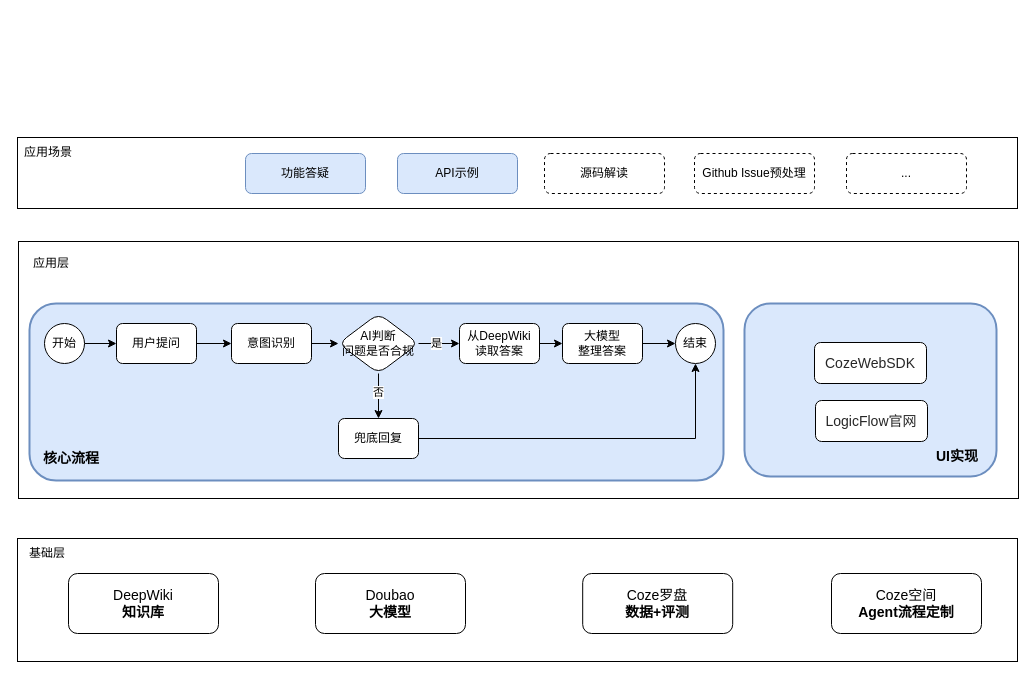
This is LogicFlow-AI流程图.drawio from Zsynuting/diagram, a draw.io file, before an edit. Source tidied: cells renumbered, new cells numbered last; positions are measured from the earlier drawing's top-left corner, leaving out a move shared by most shapes. Both pictures are drawn from the tidied source at 100%, with x=0, y=0 at pixel (17, 137).
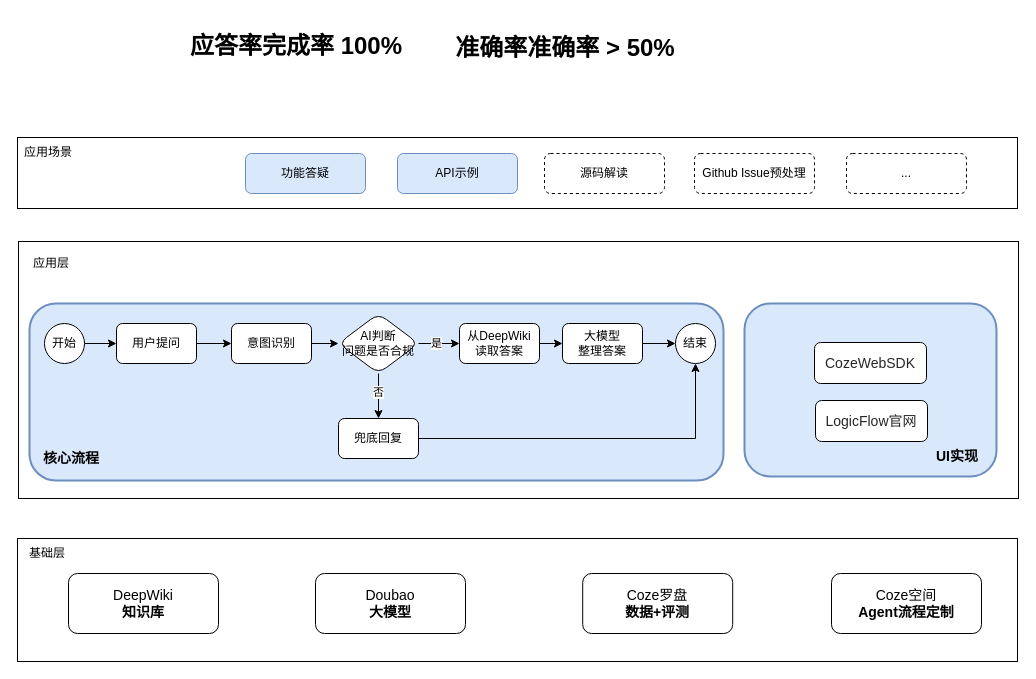
The same diagram, later.

Commit message:
更新LogicFlow-AI流程图.drawio

Diff of the diagram source:
```diff
@@
+    <mxCell id="41" value="&lt;span style=&quot;font-size: 24px;&quot;&gt;&lt;b&gt;应答率完成率 100%&lt;/b&gt;&lt;/span&gt;" style="text;html=1;whiteSpace=wrap;strokeColor=none;fillColor=none;align=center;verticalAlign=middle;rounded=0;" parent="1" vertex="1">
+      <mxGeometry x="160" y="-120" width="238" height="58" as="geometry" />
+    </mxCell>
+    <mxCell id="42" value="&lt;b&gt;&lt;font style=&quot;font-size: 24px;&quot;&gt;准确率准确率 &amp;gt; 50%&lt;/font&gt;&lt;/b&gt;" style="text;html=1;whiteSpace=wrap;strokeColor=none;fillColor=none;align=center;verticalAlign=middle;rounded=0;" parent="1" vertex="1">
+      <mxGeometry x="429" y="-118" width="238" height="58" as="geometry" />
+    </mxCell>
```
